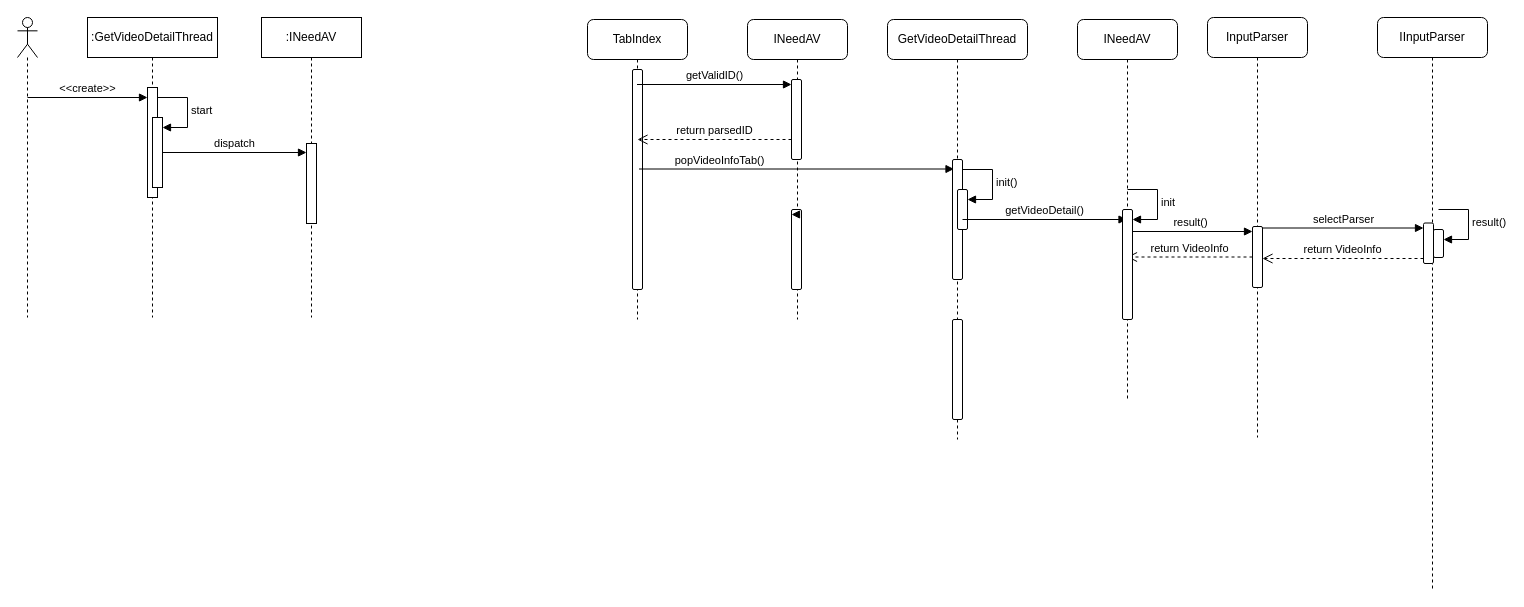
The draw.io diagram page "第 3 页" (3 of 5) of UML/srcode.drawio in Likboc/BiliDown, before the edit. Source tidied: cells renumbered, new cells numbered last; positions are measured from the earlier drawing's top-left corner, leaving out a move shared by most shapes. Both pictures are drawn from the tidied source at 100%, with x=0, y=0 at pixel (17, 17).
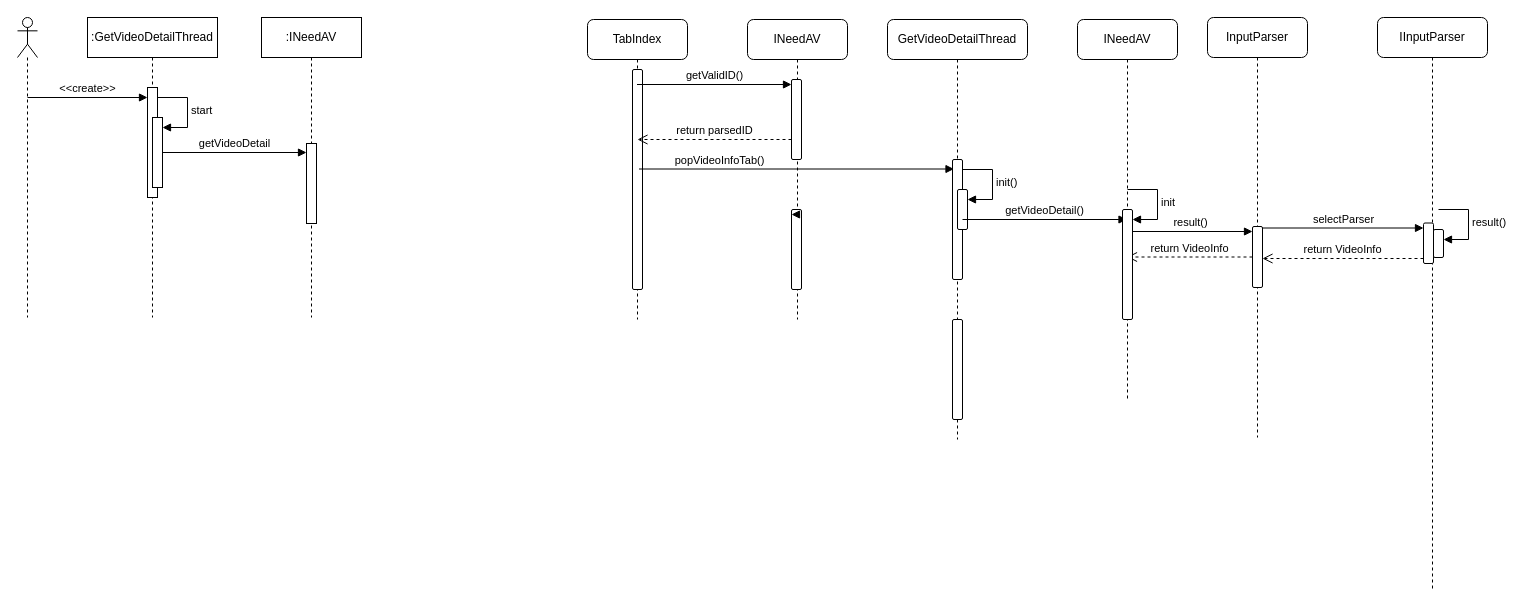
After the change.

The change refers to these unchanged cells:
```xml
<mxCell id="33" style="html=1;points=[[0,0,0,0,5],[0,1,0,0,-5],[1,0,0,0,5],[1,1,0,0,-5]];perimeter=orthogonalPerimeter;outlineConnect=0;targetShapes=umlLifeline;portConstraint=eastwest;newEdgeStyle={&quot;curved&quot;:0,&quot;rounded&quot;:0};" parent="31" vertex="1">
  <mxGeometry x="65" y="100" width="10" height="70" as="geometry" />
</mxCell>
<mxCell id="37" style="html=1;points=[[0,0,0,0,5],[0,1,0,0,-5],[1,0,0,0,5],[1,1,0,0,-5]];perimeter=orthogonalPerimeter;outlineConnect=0;targetShapes=umlLifeline;portConstraint=eastwest;newEdgeStyle={&quot;curved&quot;:0,&quot;rounded&quot;:0};" parent="36" vertex="1">
  <mxGeometry x="45" y="126" width="10" height="80" as="geometry" />
</mxCell>
```

What changed in the source:
```diff
@@
-    <mxCell id="38" value="dispatch" style="html=1;verticalAlign=bottom;endArrow=block;curved=0;rounded=0;" parent="1" edge="1" source="33" target="37">
+    <mxCell id="38" value="getVideoDetail" style="html=1;verticalAlign=bottom;endArrow=block;curved=0;rounded=0;" parent="1" edge="1" source="33" target="37">
       <mxGeometry relative="1" as="geometry" />
     </mxCell>
```
